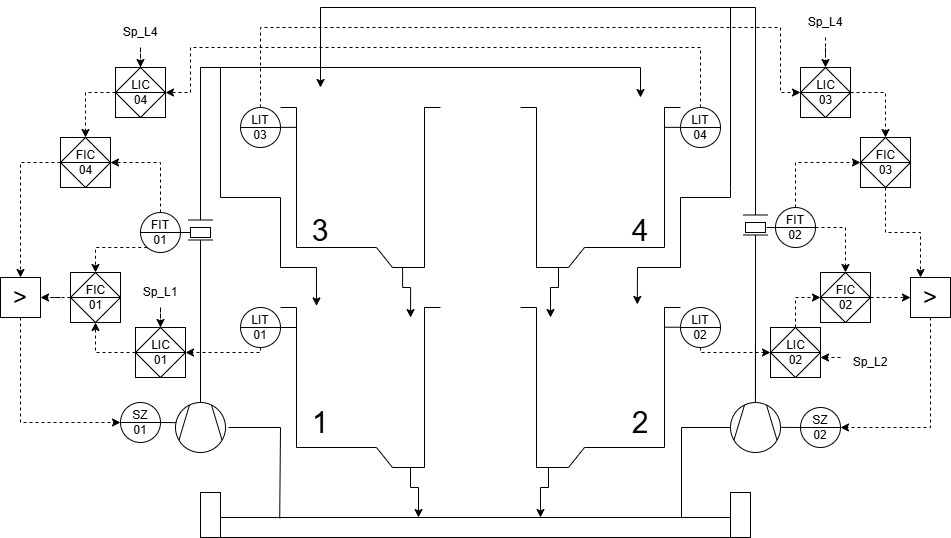
Above: pics/instrumentacion/planta_4_estanques_P&ID.png in aguscsc/Sistema-de-Control-para-Planta-Piloto-de-4-Estanques (draw.io), before the change. Source tidied: cells renumbered, new cells last; positions are measured from the earlier drawing's top-left corner, leaving out a move shared by most shapes.
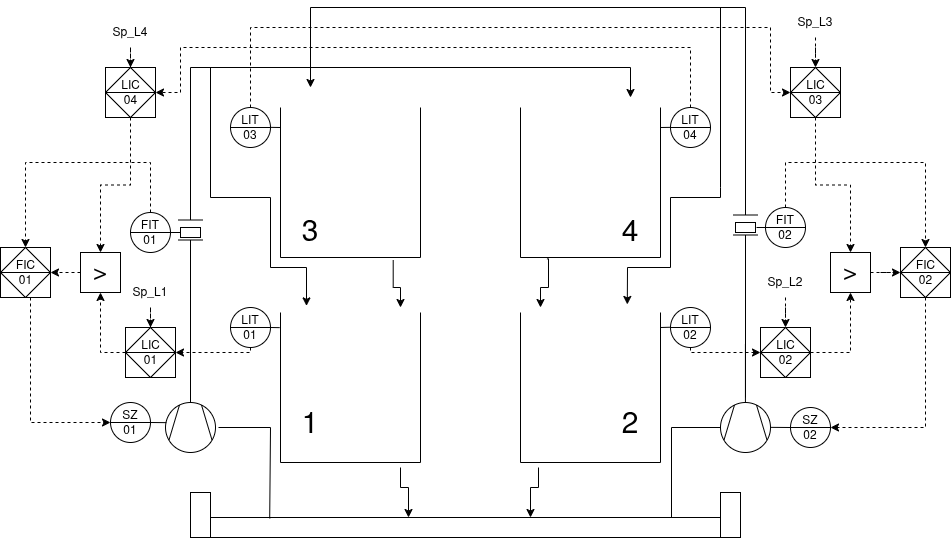
After the change.

Diff of the diagram source:
```diff
@@ -2,35 +2,33 @@
   <root>
     <mxCell id="0" />
     <mxCell id="1" parent="0" />
-    <mxCell id="2" style="shape=mxgraph.pid.vessels.container,_tank,_cistern_(boot);html=1;align=center;verticalLabelPosition=bottom;verticalAlign=top;dashed=0;flipH=1;legacyAnchorPoints=0;" parent="1" vertex="1">
-      <mxGeometry x="520" y="100" width="160" height="160" as="geometry" />
-    </mxCell>
-    <mxCell id="3" style="shape=mxgraph.pid.vessels.container,_tank,_cistern_(boot);html=1;align=center;verticalLabelPosition=bottom;verticalAlign=top;dashed=0;flipH=1;legacyAnchorPoints=0;" parent="1" vertex="1">
-      <mxGeometry x="520" y="300" width="160" height="160" as="geometry" />
-    </mxCell>
-    <mxCell id="4" style="shape=mxgraph.pid.vessels.container,_tank,_cistern_(boot);html=1;align=center;verticalLabelPosition=bottom;verticalAlign=top;dashed=0;" parent="1" vertex="1">
-      <mxGeometry x="280" y="300" width="160" height="160" as="geometry" />
-    </mxCell>
-    <mxCell id="5" style="shape=mxgraph.pid.vessels.container,_tank,_cistern_(boot);html=1;align=center;verticalLabelPosition=bottom;verticalAlign=top;dashed=0;" parent="1" vertex="1">
-      <mxGeometry x="280" y="100" width="160" height="160" as="geometry" />
-    </mxCell>
+    <mxCell id="84" style="shape=mxgraph.pid.vessels.container,_tank,_cistern;html=1;align=center;verticalLabelPosition=bottom;verticalAlign=top;dashed=0;" parent="1" vertex="1">
+      <mxGeometry x="530" y="305" width="140" height="150" as="geometry" />
+    </mxCell>
+    <mxCell id="85" style="shape=mxgraph.pid.vessels.container,_tank,_cistern;html=1;align=center;verticalLabelPosition=bottom;verticalAlign=top;dashed=0;" parent="1" vertex="1">
+      <mxGeometry x="530" y="100" width="140" height="150" as="geometry" />
+    </mxCell>
+    <mxCell id="86" style="shape=mxgraph.pid.vessels.container,_tank,_cistern;html=1;align=center;verticalLabelPosition=bottom;verticalAlign=top;dashed=0;" parent="1" vertex="1">
+      <mxGeometry x="290" y="305" width="140" height="150" as="geometry" />
+    </mxCell>
+    <mxCell id="87" style="shape=mxgraph.pid.vessels.container,_tank,_cistern;html=1;align=center;verticalLabelPosition=bottom;verticalAlign=top;dashed=0;" parent="1" vertex="1">
+      <mxGeometry x="290" y="100" width="140" height="150" as="geometry" />
+    </mxCell>
     <mxCell id="6" style="shape=mxgraph.pid.compressors_-_iso.compressor,_vacuum_pump;html=1;align=center;verticalLabelPosition=bottom;verticalAlign=top;dashed=0;direction=west;rotation=90;" parent="1" vertex="1">
       <mxGeometry x="175" y="395" width="50" height="50" as="geometry" />
     </mxCell>
     <mxCell id="7" style="shape=mxgraph.pid.compressors_-_iso.compressor,_vacuum_pump;html=1;align=center;verticalLabelPosition=bottom;verticalAlign=top;dashed=0;direction=west;rotation=90;" parent="1" vertex="1">
       <mxGeometry x="730" y="395" width="50" height="50" as="geometry" />
     </mxCell>
-    <mxCell id="8" style="edgeStyle=orthogonalEdgeStyle;rounded=0;jettySize=auto;html=1;dashed=1;" parent="1" edge="1" source="9" target="28">
-      <mxGeometry relative="1" as="geometry" />
-    </mxCell>
-    <mxCell id="9" value="&amp;nbsp;FIC&amp;nbsp;&lt;div&gt;04&lt;/div&gt;" style="html=1;outlineConnect=0;align=center;dashed=0;shape=mxgraph.pid2inst.progLogCont;mounting=room;" parent="1" vertex="1">
-      <mxGeometry x="60" y="130" width="50" height="50" as="geometry" />
-    </mxCell>
-    <mxCell id="10" style="edgeStyle=orthogonalEdgeStyle;rounded=0;jettySize=auto;html=1;entryX=1;entryY=0.5;entryDx=0;entryDy=0;dashed=1;" parent="1" edge="1" source="11" target="28">
-      <mxGeometry relative="1" as="geometry" />
-    </mxCell>
+    <mxCell id="88" style="edgeStyle=orthogonalEdgeStyle;rounded=0;jettySize=auto;html=1;entryX=0;entryY=0.5;entryDx=0;entryDy=0;dashed=1;" parent="1" edge="1" source="11" target="24">
+      <mxGeometry relative="1" as="geometry">
+        <Array as="points">
+          <mxPoint x="40" y="415" />
+        </Array>
+      </mxGeometry>
+    </mxCell>
     <mxCell id="11" value="FIC&lt;div&gt;01&lt;/div&gt;" style="html=1;outlineConnect=0;align=center;dashed=0;shape=mxgraph.pid2inst.progLogCont;mounting=room;" parent="1" vertex="1">
-      <mxGeometry x="70" y="265" width="50" height="50" as="geometry" />
+      <mxGeometry x="10" y="240" width="50" height="50" as="geometry" />
     </mxCell>
     <mxCell id="12" style="edgeStyle=orthogonalEdgeStyle;rounded=0;jettySize=auto;html=1;exitX=0;exitY=0.5;exitDx=0;exitDy=0;exitPerimeter=0;" parent="1" edge="1" source="13">
       <mxGeometry relative="1" as="geometry">
@@ -72,7 +70,7 @@
     <mxCell id="19" value="LIT&lt;div&gt;01&lt;/div&gt;" style="shape=lineEllipse;perimeter=ellipsePerimeter;whiteSpace=wrap;html=1;backgroundOutline=1;" parent="1" vertex="1">
       <mxGeometry x="240" y="300" width="40" height="40" as="geometry" />
     </mxCell>
-    <mxCell id="20" style="edgeStyle=orthogonalEdgeStyle;rounded=0;jettySize=auto;html=1;entryX=0.5;entryY=0;entryDx=0;entryDy=0;dashed=1;" parent="1" edge="1" source="32" target="9">
+    <mxCell id="20" style="edgeStyle=orthogonalEdgeStyle;rounded=0;jettySize=auto;html=1;entryX=0.5;entryY=0;entryDx=0;entryDy=0;dashed=1;" parent="1" edge="1" source="32" target="28">
       <mxGeometry relative="1" as="geometry" />
     </mxCell>
     <mxCell id="21" value="LIT&lt;div&gt;04&lt;/div&gt;" style="shape=lineEllipse;perimeter=ellipsePerimeter;whiteSpace=wrap;html=1;backgroundOutline=1;" parent="1" vertex="1">
@@ -91,37 +89,34 @@
     <mxCell id="24" value="SZ&lt;div&gt;01&lt;/div&gt;" style="shape=lineEllipse;perimeter=ellipsePerimeter;whiteSpace=wrap;html=1;backgroundOutline=1;" parent="1" vertex="1">
       <mxGeometry x="120" y="395" width="40" height="40" as="geometry" />
     </mxCell>
-    <mxCell id="25" style="edgeStyle=orthogonalEdgeStyle;rounded=0;jettySize=auto;html=1;exitX=0.763;exitY=0.998;exitDx=0;exitDy=0;exitPerimeter=0;entryX=0.813;entryY=0.063;entryDx=0;entryDy=0;entryPerimeter=0;" parent="1" edge="1" source="5" target="4">
+    <mxCell id="25" style="edgeStyle=orthogonalEdgeStyle;rounded=0;jettySize=auto;html=1;exitX=0.805;exitY=1.018;exitDx=0;exitDy=0;exitPerimeter=0;" parent="1" edge="1" source="87">
       <mxGeometry relative="1" as="geometry">
+        <mxPoint x="410" y="300" as="targetPoint" />
         <Array as="points">
-          <mxPoint x="402" y="280" />
+          <mxPoint x="403" y="280" />
           <mxPoint x="410" y="280" />
         </Array>
       </mxGeometry>
     </mxCell>
-    <mxCell id="26" style="edgeStyle=orthogonalEdgeStyle;rounded=0;orthogonalLoop=1;jettySize=auto;html=1;exitX=0.763;exitY=0.998;exitDx=0;exitDy=0;exitPerimeter=0;entryX=0.813;entryY=0.063;entryDx=0;entryDy=0;entryPerimeter=0;" parent="1" edge="1">
+    <mxCell id="26" style="edgeStyle=orthogonalEdgeStyle;rounded=0;jettySize=auto;html=1;exitX=0.189;exitY=1.009;exitDx=0;exitDy=0;exitPerimeter=0;" parent="1" edge="1" source="85">
       <mxGeometry relative="1" as="geometry">
-        <mxPoint x="558" y="260" as="sourcePoint" />
-        <mxPoint x="550" y="310" as="targetPoint" />
+        <mxPoint x="550" y="300" as="targetPoint" />
         <Array as="points">
+          <mxPoint x="558" y="251" />
           <mxPoint x="558" y="280" />
           <mxPoint x="550" y="280" />
         </Array>
       </mxGeometry>
     </mxCell>
-    <mxCell id="27" style="edgeStyle=orthogonalEdgeStyle;rounded=0;jettySize=auto;html=1;entryX=0;entryY=0.5;entryDx=0;entryDy=0;dashed=1;" parent="1" edge="1" source="28" target="24">
-      <mxGeometry relative="1" as="geometry">
-        <Array as="points">
-          <mxPoint x="20" y="415" />
-        </Array>
-      </mxGeometry>
-    </mxCell>
+    <mxCell id="89" style="edgeStyle=orthogonalEdgeStyle;rounded=0;jettySize=auto;html=1;exitX=0;exitY=0.5;exitDx=0;exitDy=0;entryX=1;entryY=0.5;entryDx=0;entryDy=0;dashed=1;" parent="1" edge="1" source="28" target="11">
+      <mxGeometry relative="1" as="geometry" />
+    </mxCell>
     <mxCell id="28" value="&lt;font style=&quot;font-size: 24px;&quot;&gt;&amp;gt;&lt;/font&gt;" style="whiteSpace=wrap;html=1;dashed=0;" parent="1" vertex="1">
-      <mxGeometry y="270" width="40" height="40" as="geometry" />
+      <mxGeometry x="90" y="245" width="40" height="40" as="geometry" />
     </mxCell>
-    <mxCell id="29" style="edgeStyle=orthogonalEdgeStyle;rounded=0;jettySize=auto;html=1;dashed=1;" parent="1" edge="1" source="30" target="11">
-      <mxGeometry relative="1" as="geometry" />
-    </mxCell>
+    <mxCell id="90" style="edgeStyle=orthogonalEdgeStyle;rounded=0;jettySize=auto;html=1;entryX=0.5;entryY=1;entryDx=0;entryDy=0;dashed=1;" parent="1" edge="1" source="30" target="28">
+      <mxGeometry relative="1" as="geometry" />
+    </mxCell>
     <mxCell id="30" value="LIC&lt;div&gt;01&lt;/div&gt;" style="html=1;outlineConnect=0;align=center;dashed=0;shape=mxgraph.pid2inst.progLogCont;mounting=room;" parent="1" vertex="1">
       <mxGeometry x="135" y="320" width="50" height="50" as="geometry" />
     </mxCell>
@@ -137,9 +132,10 @@
     <mxCell id="32" value="&amp;nbsp;LIC&amp;nbsp;&lt;div&gt;04&lt;/div&gt;" style="html=1;outlineConnect=0;align=center;dashed=0;shape=mxgraph.pid2inst.progLogCont;mounting=room;" parent="1" vertex="1">
       <mxGeometry x="115" y="60" width="50" height="50" as="geometry" />
     </mxCell>
-    <mxCell id="33" style="endArrow=classic;html=1;rounded=0;entryX=0.225;entryY=-0.01;entryDx=0;entryDy=0;entryPerimeter=0;" parent="1" edge="1" target="4">
+    <mxCell id="33" style="endArrow=classic;html=1;rounded=0;entryX=0.225;entryY=-0.01;entryDx=0;entryDy=0;entryPerimeter=0;" parent="1" edge="1">
       <mxGeometry relative="1" as="geometry">
         <mxPoint x="220" y="60" as="sourcePoint" />
+        <mxPoint x="316" y="298.4" as="targetPoint" />
         <Array as="points">
           <mxPoint x="220" y="190" />
           <mxPoint x="280" y="190" />
@@ -176,7 +172,7 @@
     <mxCell id="39" value="SZ&lt;div&gt;02&lt;/div&gt;" style="shape=lineEllipse;perimeter=ellipsePerimeter;whiteSpace=wrap;html=1;backgroundOutline=1;" parent="1" vertex="1">
       <mxGeometry x="800" y="400" width="40" height="40" as="geometry" />
     </mxCell>
-    <mxCell id="40" style="edgeStyle=orthogonalEdgeStyle;rounded=0;jettySize=auto;html=1;entryX=0.5;entryY=0;entryDx=0;entryDy=0;dashed=1;" parent="1" edge="1" source="41" target="46">
+    <mxCell id="40" style="edgeStyle=orthogonalEdgeStyle;rounded=0;jettySize=auto;html=1;entryX=0.5;entryY=0;entryDx=0;entryDy=0;dashed=1;" parent="1" edge="1" source="41" target="52">
       <mxGeometry relative="1" as="geometry" />
     </mxCell>
     <mxCell id="41" value="&amp;nbsp;LIC&amp;nbsp;&lt;div&gt;03&lt;/div&gt;" style="html=1;outlineConnect=0;align=center;dashed=0;shape=mxgraph.pid2inst.progLogCont;mounting=room;" parent="1" vertex="1">
@@ -197,9 +193,10 @@
         <mxPoint x="754.9" y="337" as="targetPoint" />
       </mxGeometry>
     </mxCell>
-    <mxCell id="44" style="endArrow=classic;html=1;rounded=0;entryX=0.27;entryY=-0.019;entryDx=0;entryDy=0;entryPerimeter=0;" parent="1" edge="1" target="3">
+    <mxCell id="44" style="endArrow=classic;html=1;rounded=0;entryX=0.27;entryY=-0.019;entryDx=0;entryDy=0;entryPerimeter=0;" parent="1" edge="1">
       <mxGeometry relative="1" as="geometry">
         <mxPoint x="730" as="sourcePoint" />
+        <mxPoint x="636.8" y="297" as="targetPoint" />
         <Array as="points">
           <mxPoint x="730" y="180" />
           <mxPoint x="730" y="190" />
@@ -209,34 +206,27 @@
         </Array>
       </mxGeometry>
     </mxCell>
-    <mxCell id="45" style="edgeStyle=orthogonalEdgeStyle;rounded=0;jettySize=auto;html=1;entryX=0.25;entryY=0;entryDx=0;entryDy=0;dashed=1;" parent="1" edge="1" source="46" target="52">
-      <mxGeometry relative="1" as="geometry" />
-    </mxCell>
-    <mxCell id="46" value="&amp;nbsp;FIC&amp;nbsp;&lt;div&gt;03&lt;/div&gt;" style="html=1;outlineConnect=0;align=center;dashed=0;shape=mxgraph.pid2inst.progLogCont;mounting=room;" parent="1" vertex="1">
-      <mxGeometry x="860" y="130" width="50" height="50" as="geometry" />
-    </mxCell>
-    <mxCell id="47" style="edgeStyle=orthogonalEdgeStyle;rounded=0;jettySize=auto;html=1;entryX=0;entryY=0.5;entryDx=0;entryDy=0;dashed=1;" parent="1" edge="1" source="48" target="50">
-      <mxGeometry relative="1" as="geometry" />
-    </mxCell>
+    <mxCell id="91" style="edgeStyle=orthogonalEdgeStyle;rounded=0;jettySize=auto;html=1;entryX=0.5;entryY=1;entryDx=0;entryDy=0;dashed=1;" parent="1" edge="1" source="48" target="52">
+      <mxGeometry relative="1" as="geometry" />
+    </mxCell>
     <mxCell id="48" value="LIC&lt;div&gt;02&lt;/div&gt;" style="html=1;outlineConnect=0;align=center;dashed=0;shape=mxgraph.pid2inst.progLogCont;mounting=room;" parent="1" vertex="1">
       <mxGeometry x="770" y="320" width="50" height="50" as="geometry" />
     </mxCell>
-    <mxCell id="49" style="edgeStyle=orthogonalEdgeStyle;rounded=0;jettySize=auto;html=1;entryX=0;entryY=0.5;entryDx=0;entryDy=0;dashed=1;" parent="1" edge="1" source="50" target="52">
-      <mxGeometry relative="1" as="geometry" />
-    </mxCell>
+    <mxCell id="92" style="edgeStyle=orthogonalEdgeStyle;rounded=0;jettySize=auto;html=1;entryX=1;entryY=0.5;entryDx=0;entryDy=0;dashed=1;" parent="1" edge="1" source="50" target="39">
+      <mxGeometry relative="1" as="geometry">
+        <Array as="points">
+          <mxPoint x="935" y="420" />
+        </Array>
+      </mxGeometry>
+    </mxCell>
     <mxCell id="50" value="FIC&lt;div&gt;02&lt;/div&gt;" style="html=1;outlineConnect=0;align=center;dashed=0;shape=mxgraph.pid2inst.progLogCont;mounting=room;" parent="1" vertex="1">
-      <mxGeometry x="820" y="265" width="50" height="50" as="geometry" />
+      <mxGeometry x="910" y="240" width="50" height="50" as="geometry" />
     </mxCell>
-    <mxCell id="51" style="edgeStyle=orthogonalEdgeStyle;rounded=0;jettySize=auto;html=1;entryX=1;entryY=0.5;entryDx=0;entryDy=0;dashed=1;" parent="1" edge="1" target="39">
-      <mxGeometry relative="1" as="geometry">
-        <mxPoint x="930" y="310" as="sourcePoint" />
-        <Array as="points">
-          <mxPoint x="930" y="420" />
-        </Array>
-      </mxGeometry>
-    </mxCell>
+    <mxCell id="93" style="edgeStyle=orthogonalEdgeStyle;rounded=0;jettySize=auto;html=1;dashed=1;" parent="1" edge="1" source="52" target="50">
+      <mxGeometry relative="1" as="geometry" />
+    </mxCell>
     <mxCell id="52" value="&lt;font style=&quot;font-size: 24px;&quot;&gt;&amp;gt;&lt;/font&gt;" style="whiteSpace=wrap;html=1;dashed=0;" parent="1" vertex="1">
-      <mxGeometry x="910" y="270" width="40" height="40" as="geometry" />
+      <mxGeometry x="840" y="245" width="40" height="40" as="geometry" />
     </mxCell>
     <mxCell id="53" style="edgeStyle=orthogonalEdgeStyle;rounded=0;orthogonalLoop=1;jettySize=auto;html=1;exitX=0.763;exitY=0.998;exitDx=0;exitDy=0;exitPerimeter=0;entryX=0.813;entryY=0.063;entryDx=0;entryDy=0;entryPerimeter=0;" parent="1" edge="1">
       <mxGeometry relative="1" as="geometry">
@@ -276,17 +266,11 @@
     <mxCell id="60" value="Sp_L1" style="text;html=1;whiteSpace=wrap;strokeColor=none;fillColor=none;align=center;verticalAlign=middle;rounded=0;" parent="1" vertex="1">
       <mxGeometry x="130" y="270" width="60" height="30" as="geometry" />
     </mxCell>
-    <mxCell id="61" style="edgeStyle=orthogonalEdgeStyle;rounded=0;jettySize=auto;html=1;entryX=0.5;entryY=0;entryDx=0;entryDy=0;dashed=1;" parent="1" edge="1" source="63" target="11">
-      <mxGeometry relative="1" as="geometry">
-        <Array as="points">
-          <mxPoint x="95" y="240" />
-        </Array>
-      </mxGeometry>
-    </mxCell>
-    <mxCell id="62" style="edgeStyle=orthogonalEdgeStyle;rounded=0;jettySize=auto;html=1;entryX=1;entryY=0.5;entryDx=0;entryDy=0;dashed=1;" parent="1" edge="1" source="63" target="9">
+    <mxCell id="62" style="edgeStyle=orthogonalEdgeStyle;rounded=0;jettySize=auto;html=1;entryX=0.5;entryY=0;entryDx=0;entryDy=0;dashed=1;" parent="1" edge="1" source="63" target="11">
       <mxGeometry relative="1" as="geometry">
         <Array as="points">
           <mxPoint x="160" y="155" />
+          <mxPoint x="35" y="155" />
         </Array>
       </mxGeometry>
     </mxCell>
@@ -310,16 +294,14 @@
     <mxCell id="68" style="edgeStyle=orthogonalEdgeStyle;rounded=0;jettySize=auto;html=1;entryX=0.5;entryY=0;entryDx=0;entryDy=0;dashed=1;" parent="1" edge="1" source="69" target="41">
       <mxGeometry relative="1" as="geometry" />
     </mxCell>
-    <mxCell id="69" value="Sp_L4" style="text;html=1;whiteSpace=wrap;strokeColor=none;fillColor=none;align=center;verticalAlign=middle;rounded=0;" parent="1" vertex="1">
+    <mxCell id="69" value="Sp_L3" style="text;html=1;whiteSpace=wrap;strokeColor=none;fillColor=none;align=center;verticalAlign=middle;rounded=0;" parent="1" vertex="1">
       <mxGeometry x="795" width="60" height="30" as="geometry" />
     </mxCell>
-    <mxCell id="70" style="edgeStyle=orthogonalEdgeStyle;rounded=0;jettySize=auto;html=1;entryX=0.5;entryY=0;entryDx=0;entryDy=0;dashed=1;" parent="1" edge="1" source="72" target="50">
-      <mxGeometry relative="1" as="geometry" />
-    </mxCell>
-    <mxCell id="71" style="edgeStyle=orthogonalEdgeStyle;rounded=0;jettySize=auto;html=1;entryX=0;entryY=0.5;entryDx=0;entryDy=0;dashed=1;" parent="1" edge="1" source="72" target="46">
+    <mxCell id="71" style="edgeStyle=orthogonalEdgeStyle;rounded=0;jettySize=auto;html=1;dashed=1;entryX=0.5;entryY=0;entryDx=0;entryDy=0;" parent="1" edge="1" source="72" target="50">
       <mxGeometry relative="1" as="geometry">
         <Array as="points">
           <mxPoint x="795" y="155" />
+          <mxPoint x="935" y="155" />
         </Array>
       </mxGeometry>
     </mxCell>
@@ -332,15 +314,10 @@
       </mxGeometry>
     </mxCell>
     <mxCell id="74" style="edgeStyle=orthogonalEdgeStyle;rounded=0;jettySize=auto;html=1;dashed=1;" parent="1" edge="1" source="75" target="48">
-      <mxGeometry relative="1" as="geometry">
-        <Array as="points">
-          <mxPoint x="830" y="350" />
-          <mxPoint x="830" y="350" />
-        </Array>
-      </mxGeometry>
+      <mxGeometry relative="1" as="geometry" />
     </mxCell>
     <mxCell id="75" value="Sp_L2" style="text;html=1;whiteSpace=wrap;strokeColor=none;fillColor=none;align=center;verticalAlign=middle;rounded=0;" parent="1" vertex="1">
-      <mxGeometry x="840" y="340" width="60" height="30" as="geometry" />
+      <mxGeometry x="765" y="260" width="60" height="30" as="geometry" />
     </mxCell>
     <mxCell id="76" value="&lt;font style=&quot;font-size: 30px;&quot;&gt;1&lt;/font&gt;" style="text;html=1;whiteSpace=wrap;strokeColor=none;fillColor=none;align=center;verticalAlign=middle;rounded=0;" parent="1" vertex="1">
       <mxGeometry x="290" y="400" width="60" height="30" as="geometry" />
@@ -354,26 +331,29 @@
     <mxCell id="79" value="&lt;span style=&quot;font-size: 30px;&quot;&gt;2&lt;/span&gt;" style="text;html=1;whiteSpace=wrap;strokeColor=none;fillColor=none;align=center;verticalAlign=middle;rounded=0;" parent="1" vertex="1">
       <mxGeometry x="610" y="397.5" width="60" height="35" as="geometry" />
     </mxCell>
-    <mxCell id="80" style="endArrow=none;html=1;rounded=0;exitX=1;exitY=0.5;exitDx=0;exitDy=0;entryX=0.101;entryY=0.125;entryDx=0;entryDy=0;entryPerimeter=0;" parent="1" edge="1" source="19" target="4">
+    <mxCell id="80" style="endArrow=none;html=1;rounded=0;exitX=1;exitY=0.5;exitDx=0;exitDy=0;entryX=-0.006;entryY=0.101;entryDx=0;entryDy=0;entryPerimeter=0;" parent="1" edge="1" source="19" target="86">
       <mxGeometry relative="1" as="geometry" />
     </mxCell>
-    <mxCell id="81" style="endArrow=none;html=1;rounded=0;exitX=1;exitY=0.5;exitDx=0;exitDy=0;entryX=0.101;entryY=0.125;entryDx=0;entryDy=0;entryPerimeter=0;" parent="1" edge="1">
+    <mxCell id="81" style="endArrow=none;html=1;rounded=0;exitX=1;exitY=0.5;exitDx=0;exitDy=0;" parent="1" edge="1">
       <mxGeometry relative="1" as="geometry">
         <mxPoint x="280" y="119.9" as="sourcePoint" />
-        <mxPoint x="296" y="119.9" as="targetPoint" />
+        <mxPoint x="290" y="120" as="targetPoint" />
       </mxGeometry>
     </mxCell>
-    <mxCell id="82" style="endArrow=none;html=1;rounded=0;exitX=1;exitY=0.5;exitDx=0;exitDy=0;entryX=0.101;entryY=0.125;entryDx=0;entryDy=0;entryPerimeter=0;" parent="1" edge="1">
+    <mxCell id="82" style="endArrow=none;html=1;rounded=0;entryX=0.101;entryY=0.125;entryDx=0;entryDy=0;entryPerimeter=0;" parent="1" edge="1">
       <mxGeometry relative="1" as="geometry">
-        <mxPoint x="664" y="119.9" as="sourcePoint" />
+        <mxPoint x="670" y="120" as="sourcePoint" />
         <mxPoint x="680" y="119.9" as="targetPoint" />
       </mxGeometry>
     </mxCell>
-    <mxCell id="83" style="endArrow=none;html=1;rounded=0;exitX=1;exitY=0.5;exitDx=0;exitDy=0;entryX=0.101;entryY=0.125;entryDx=0;entryDy=0;entryPerimeter=0;" parent="1" edge="1">
+    <mxCell id="83" style="endArrow=none;html=1;rounded=0;entryX=0.101;entryY=0.125;entryDx=0;entryDy=0;entryPerimeter=0;" parent="1" edge="1">
       <mxGeometry relative="1" as="geometry">
-        <mxPoint x="664" y="319.7" as="sourcePoint" />
+        <mxPoint x="670" y="320" as="sourcePoint" />
         <mxPoint x="680" y="319.7" as="targetPoint" />
       </mxGeometry>
     </mxCell>
+    <mxCell id="94" style="edgeStyle=orthogonalEdgeStyle;rounded=0;orthogonalLoop=1;jettySize=auto;html=1;exitX=0.5;exitY=1;exitDx=0;exitDy=0;" parent="1" edge="1" source="50" target="50">
+      <mxGeometry relative="1" as="geometry" />
+    </mxCell>
   </root>
 </mxGraphModel>
```
